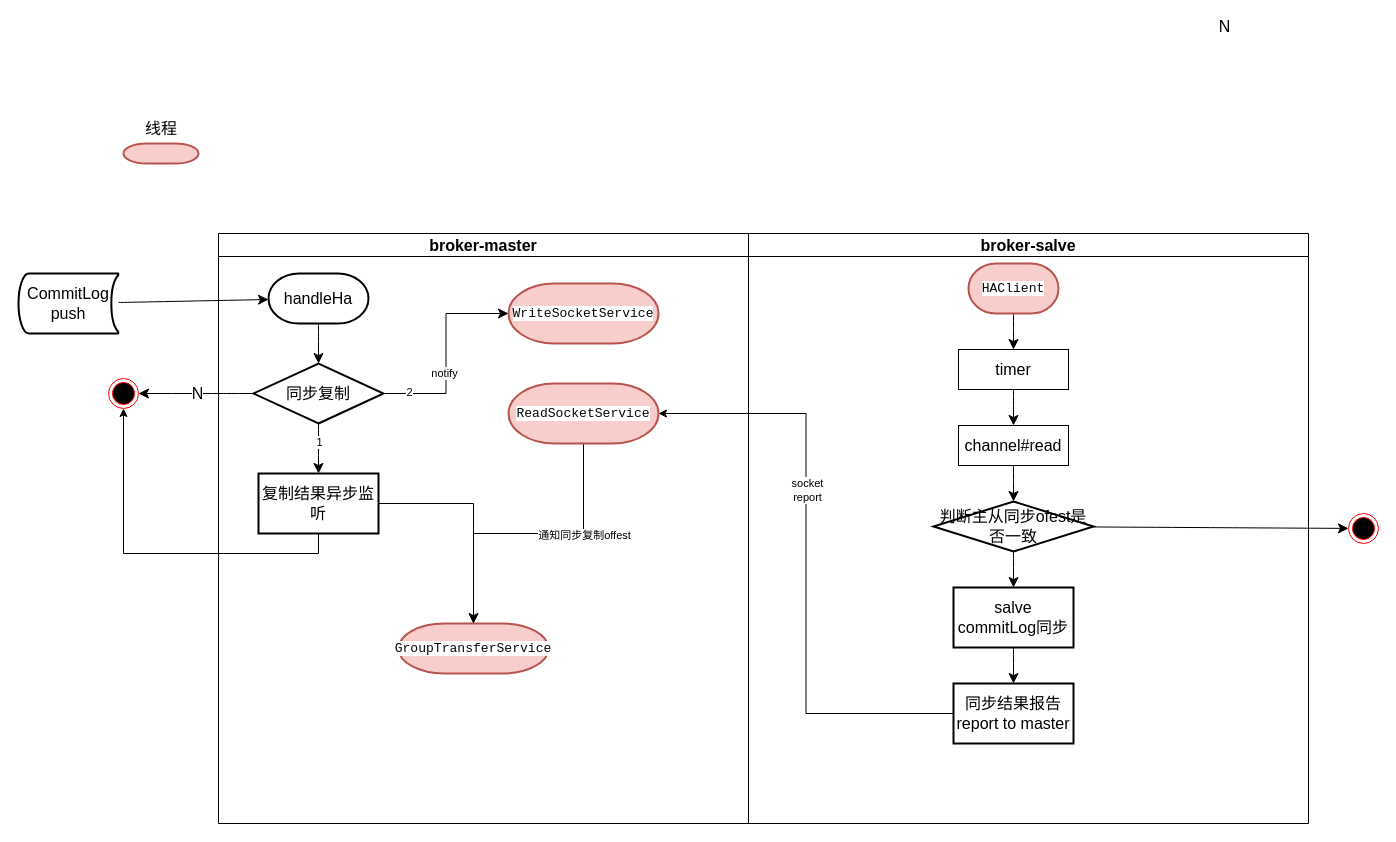
This is rocketmq源码分析.drawio from 2635064692/drawio-rep, a draw.io file, before an edit. Source tidied: cells renumbered, new cells numbered last; positions are measured from the earlier drawing's top-left corner, leaving out a move shared by most shapes. Both pictures are drawn from the tidied source at 100%, with x=0, y=0 at pixel (18, 113).
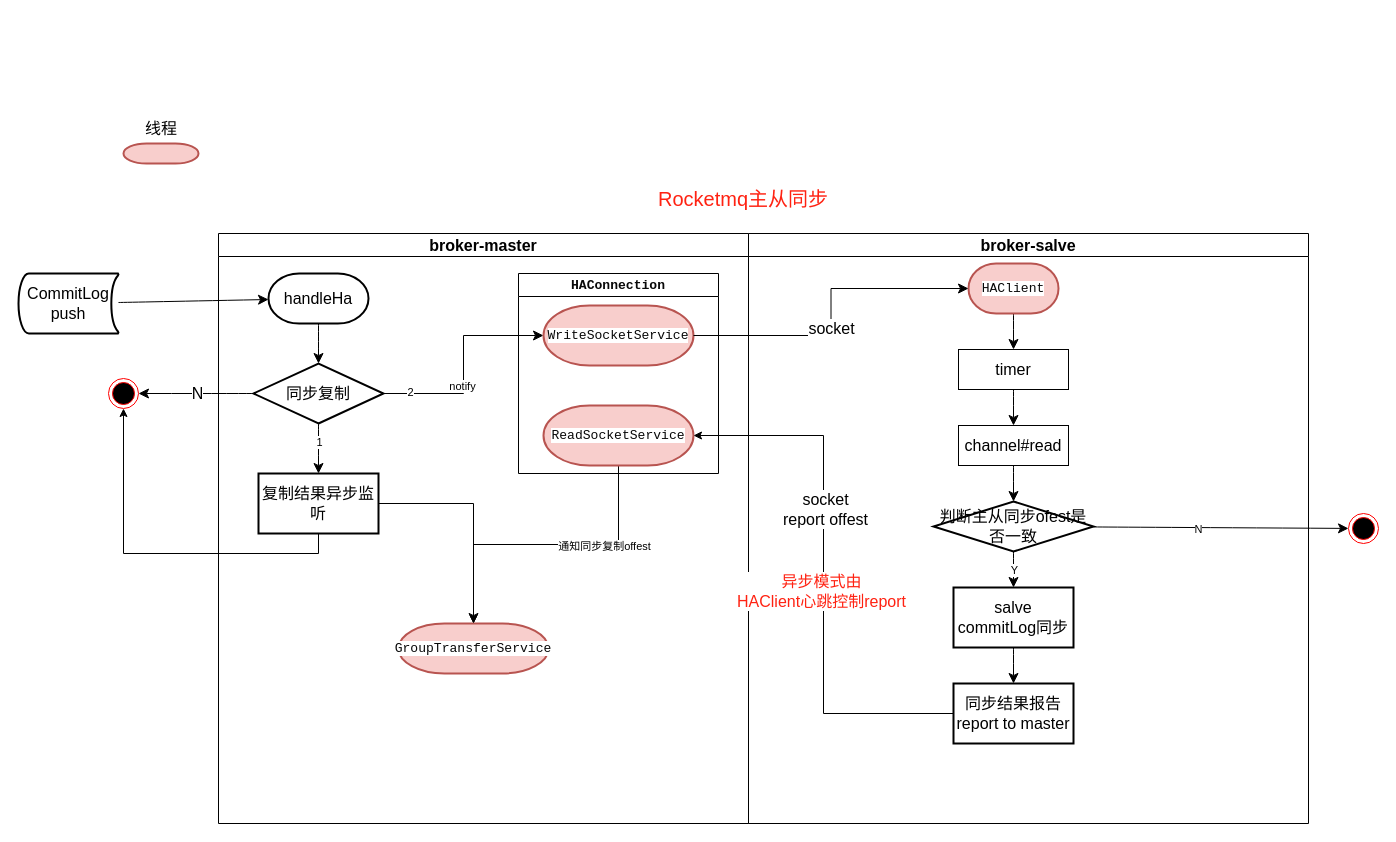
The same page after the edit.

Commit message (it also covers changes not shown here):
更新rocketmq源码分析.drawio

Unchanged cells that the change refers to:
```xml
<mxCell id="2" value="broker-master" style="swimlane;whiteSpace=wrap;html=1;fontSize=16;flipH=0;direction=east;" parent="1" vertex="1">
  <mxGeometry x="200" y="120" width="530" height="590" as="geometry" />
</mxCell>
<mxCell id="20" value="&lt;div style=&quot;background-color: rgb(255, 255, 255); color: rgb(8, 8, 8); font-family: &amp;quot;Fira Code&amp;quot;, monospace; font-size: 9.8pt;&quot;&gt;HAClient&lt;/div&gt;" style="strokeWidth=2;html=1;shape=mxgraph.flowchart.terminator;whiteSpace=wrap;fontSize=16;fillColor=#f8cecc;strokeColor=#b85450;fillStyle=auto;gradientColor=none;" parent="18" vertex="1">
  <mxGeometry x="220" y="30" width="90" height="50" as="geometry" />
</mxCell>
<mxCell id="25" style="edgeStyle=none;curved=1;rounded=0;jettySize=auto;html=1;fontSize=12;startSize=8;endSize=8;" parent="18" edge="1" source="26" target="28">
  <mxGeometry relative="1" as="geometry" />
</mxCell>
<mxCell id="37" style="edgeStyle=none;curved=1;rounded=0;jettySize=auto;html=1;fontSize=12;startSize=8;endSize=8;" parent="1" edge="1" source="26" target="39">
  <mxGeometry relative="1" as="geometry" />
</mxCell>
<mxCell id="40" style="edgeStyle=orthogonalEdgeStyle;rounded=0;jettySize=auto;html=1;exitX=0;exitY=0.5;exitDx=0;exitDy=0;entryX=1;entryY=0.5;entryDx=0;entryDy=0;entryPerimeter=0;" parent="1" edge="1" source="29" target="17">
  <mxGeometry relative="1" as="geometry" />
</mxCell>
```

Diff of the diagram source:
```diff
@@
-    <mxCell id="11" value="&lt;div style=&quot;background-color: rgb(255, 255, 255); color: rgb(8, 8, 8); font-family: &amp;quot;Fira Code&amp;quot;, monospace; font-size: 9.8pt;&quot;&gt;&lt;div style=&quot;font-size: 9.8pt;&quot;&gt;WriteSocketService&lt;/div&gt;&lt;/div&gt;" style="strokeWidth=2;html=1;shape=mxgraph.flowchart.terminator;whiteSpace=wrap;fontSize=16;fillColor=#f8cecc;strokeColor=#b85450;fillStyle=auto;gradientColor=none;" parent="2" vertex="1">
-      <mxGeometry x="290" y="50" width="150" height="60" as="geometry" />
-    </mxCell>
@@
+    <mxCell id="43" value="&lt;div style=&quot;background-color: rgb(255, 255, 255); color: rgb(8, 8, 8); font-family: &amp;quot;Fira Code&amp;quot;, monospace; font-size: 9.8pt;&quot;&gt;HAConnection&lt;/div&gt;" style="swimlane;whiteSpace=wrap;html=1;fontSize=16;" parent="2" vertex="1">
+      <mxGeometry x="300" y="40" width="200" height="200" as="geometry" />
+    </mxCell>
+    <mxCell id="11" value="&lt;div style=&quot;background-color: rgb(255, 255, 255); color: rgb(8, 8, 8); font-family: &amp;quot;Fira Code&amp;quot;, monospace; font-size: 9.8pt;&quot;&gt;&lt;div style=&quot;font-size: 9.8pt;&quot;&gt;WriteSocketService&lt;/div&gt;&lt;/div&gt;" style="strokeWidth=2;html=1;shape=mxgraph.flowchart.terminator;whiteSpace=wrap;fontSize=16;fillColor=#f8cecc;strokeColor=#b85450;fillStyle=auto;gradientColor=none;" parent="43" vertex="1">
+      <mxGeometry x="25" y="32" width="150" height="60" as="geometry" />
+    </mxCell>
-    <mxCell id="17" value="&lt;div style=&quot;background-color: rgb(255, 255, 255); color: rgb(8, 8, 8); font-family: &amp;quot;Fira Code&amp;quot;, monospace; font-size: 9.8pt;&quot;&gt;&lt;div style=&quot;font-size: 9.8pt;&quot;&gt;&lt;div style=&quot;font-size: 9.8pt;&quot;&gt;ReadSocketService&lt;/div&gt;&lt;/div&gt;&lt;/div&gt;" style="strokeWidth=2;html=1;shape=mxgraph.flowchart.terminator;whiteSpace=wrap;fontSize=16;fillColor=#f8cecc;strokeColor=#b85450;fillStyle=auto;gradientColor=none;" parent="2" vertex="1">
-      <mxGeometry x="290" y="150" width="150" height="60" as="geometry" />
+    <mxCell id="17" value="&lt;div style=&quot;background-color: rgb(255, 255, 255); color: rgb(8, 8, 8); font-family: &amp;quot;Fira Code&amp;quot;, monospace; font-size: 9.8pt;&quot;&gt;&lt;div style=&quot;font-size: 9.8pt;&quot;&gt;&lt;div style=&quot;font-size: 9.8pt;&quot;&gt;ReadSocketService&lt;/div&gt;&lt;/div&gt;&lt;/div&gt;" style="strokeWidth=2;html=1;shape=mxgraph.flowchart.terminator;whiteSpace=wrap;fontSize=16;fillColor=#f8cecc;strokeColor=#b85450;fillStyle=auto;gradientColor=none;" parent="43" vertex="1">
+      <mxGeometry x="25" y="132" width="150" height="60" as="geometry" />
     </mxCell>
@@
+    <mxCell id="44" value="Y" style="edgeLabel;html=1;align=center;verticalAlign=middle;" parent="25" vertex="1">
+      <mxGeometry relative="1" as="geometry" />
+    </mxCell>
@@
-    <mxCell id="38" value="N" style="edgeLabel;html=1;align=center;verticalAlign=middle;fontSize=16;" parent="37" vertex="1">
-      <mxGeometry y="502" relative="1" as="geometry" />
+    <mxCell id="38" value="N" style="edgeLabel;html=1;align=center;verticalAlign=middle;" parent="37" vertex="1">
+      <mxGeometry x="-0.18" y="-1" relative="1" as="geometry" />
     </mxCell>
@@
-    <mxCell id="41" value="socket&lt;br&gt;report" style="edgeLabel;html=1;align=center;verticalAlign=middle;" parent="40" vertex="1">
+    <mxCell id="41" value="&lt;font style=&quot;font-size: 16px;&quot;&gt;socket&lt;br&gt;report offest&lt;/font&gt;" style="edgeLabel;html=1;align=center;verticalAlign=middle;" parent="40" vertex="1">
       <mxGeometry x="0.25" relative="1" as="geometry">
         <mxPoint x="1" y="1" as="offset" />
       </mxGeometry>
     </mxCell>
+    <mxCell id="45" value="&lt;span style=&quot;background-color: rgb(255, 255, 255);&quot;&gt;&lt;font color=&quot;#ff2212&quot;&gt;异步模式由&lt;br&gt;HAClient心跳控制report&lt;/font&gt;&lt;/span&gt;" style="edgeLabel;html=1;align=center;verticalAlign=middle;fontSize=16;" parent="40" vertex="1">
+      <mxGeometry x="-0.06" y="3" relative="1" as="geometry" />
+    </mxCell>
@@
+    <mxCell id="46" value="&lt;font color=&quot;#ff2212&quot;&gt;&lt;span style=&quot;font-size: 20px;&quot;&gt;Rocketmq主从同步&lt;/span&gt;&lt;/font&gt;" style="text;strokeColor=none;fillColor=none;html=1;align=center;verticalAlign=middle;whiteSpace=wrap;rounded=0;fontSize=16;" parent="1" vertex="1">
+      <mxGeometry x="630" y="70" width="190" height="30" as="geometry" />
+    </mxCell>
+    <mxCell id="47" style="edgeStyle=orthogonalEdgeStyle;rounded=0;jettySize=auto;html=1;exitX=1;exitY=0.5;exitDx=0;exitDy=0;exitPerimeter=0;entryX=0;entryY=0.5;entryDx=0;entryDy=0;entryPerimeter=0;fontSize=12;startSize=8;endSize=8;" parent="1" edge="1" source="11" target="20">
+      <mxGeometry relative="1" as="geometry" />
+    </mxCell>
+    <mxCell id="48" value="socket" style="edgeLabel;html=1;align=center;verticalAlign=middle;fontSize=16;" parent="47" vertex="1">
+      <mxGeometry x="-0.1" relative="1" as="geometry" />
+    </mxCell>
```
